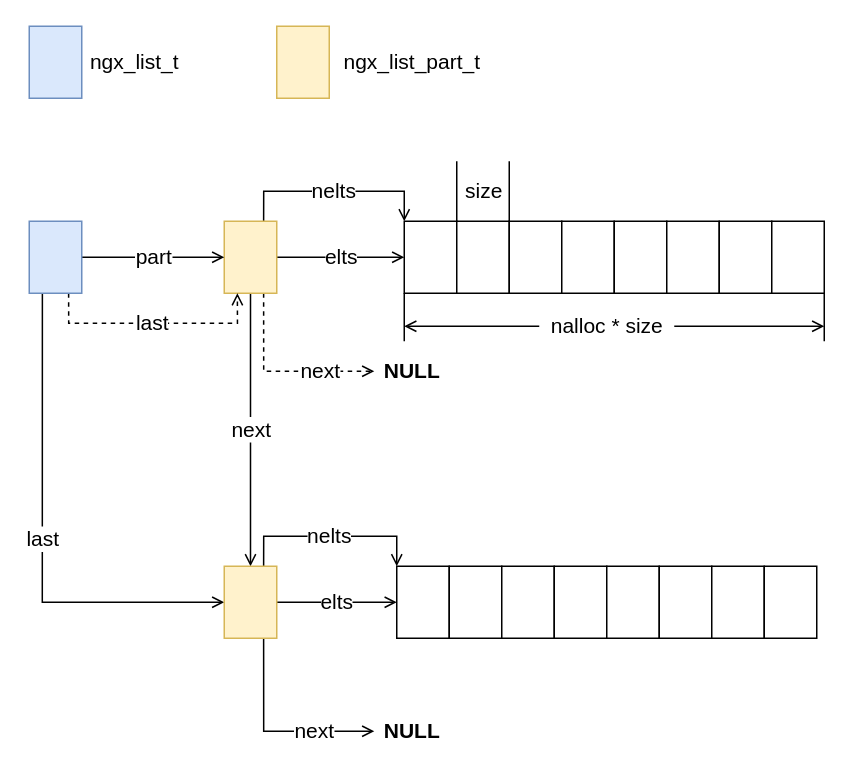
This is nginx/ngx_list.drawio from dovics/draw.io, a draw.io file, before an edit. Source tidied: cells renumbered, new cells numbered last; positions are measured from the earlier drawing's top-left corner, leaving out a move shared by most shapes. Both pictures are drawn from the tidied source at 150%, with x=0, y=0 at pixel (28, 26).
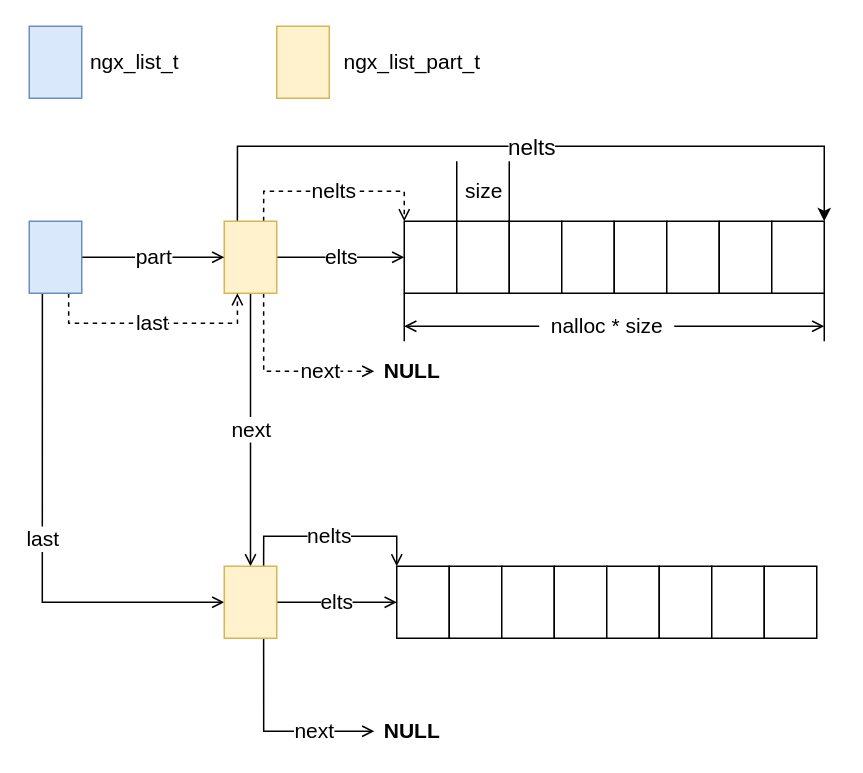
After the change.

The change refers to these unchanged cells:
```xml
<mxCell id="3" style="rounded=0;whiteSpace=wrap;html=1;strokeWidth=1;" parent="1" vertex="1">
  <mxGeometry x="250" y="130" width="35" height="48" as="geometry" />
</mxCell>
<mxCell id="13" style="rounded=0;whiteSpace=wrap;html=1;strokeWidth=1;" parent="1" vertex="1">
  <mxGeometry x="495" y="130" width="35" height="48" as="geometry" />
</mxCell>
<mxCell id="18" style="rounded=0;whiteSpace=wrap;html=1;strokeWidth=1;fontSize=14;fillColor=#fff2cc;strokeColor=#d6b656;" parent="1" vertex="1">
  <mxGeometry x="130" y="130" width="35" height="48" as="geometry" />
</mxCell>
```

What changed in the source:
```diff
@@
-    <mxCell id="16" value="nelts" style="edgeStyle=orthogonalEdgeStyle;rounded=0;jettySize=auto;html=1;exitX=0.75;exitY=0;exitDx=0;exitDy=0;entryX=0;entryY=0;entryDx=0;entryDy=0;fontSize=14;endArrow=open;endFill=0;strokeWidth=1;" parent="1" edge="1" source="18" target="3">
+    <mxCell id="16" value="nelts" style="edgeStyle=orthogonalEdgeStyle;rounded=0;jettySize=auto;html=1;exitX=0.75;exitY=0;exitDx=0;exitDy=0;entryX=0;entryY=0;entryDx=0;entryDy=0;fontSize=14;endArrow=open;endFill=0;strokeWidth=1;dashed=1;" parent="1" edge="1" source="18" target="3">
       <mxGeometry relative="1" as="geometry" />
     </mxCell>
@@
+    <mxCell id="45" value="nelts" style="edgeStyle=orthogonalEdgeStyle;rounded=0;jettySize=auto;html=1;exitX=0.25;exitY=0;exitDx=0;exitDy=0;entryX=1;entryY=0;entryDx=0;entryDy=0;fontSize=15;" parent="1" edge="1" source="18" target="13">
+      <mxGeometry relative="1" as="geometry">
+        <Array as="points">
+          <mxPoint x="139" y="80" />
+          <mxPoint x="530" y="80" />
+        </Array>
+      </mxGeometry>
+    </mxCell>
```
